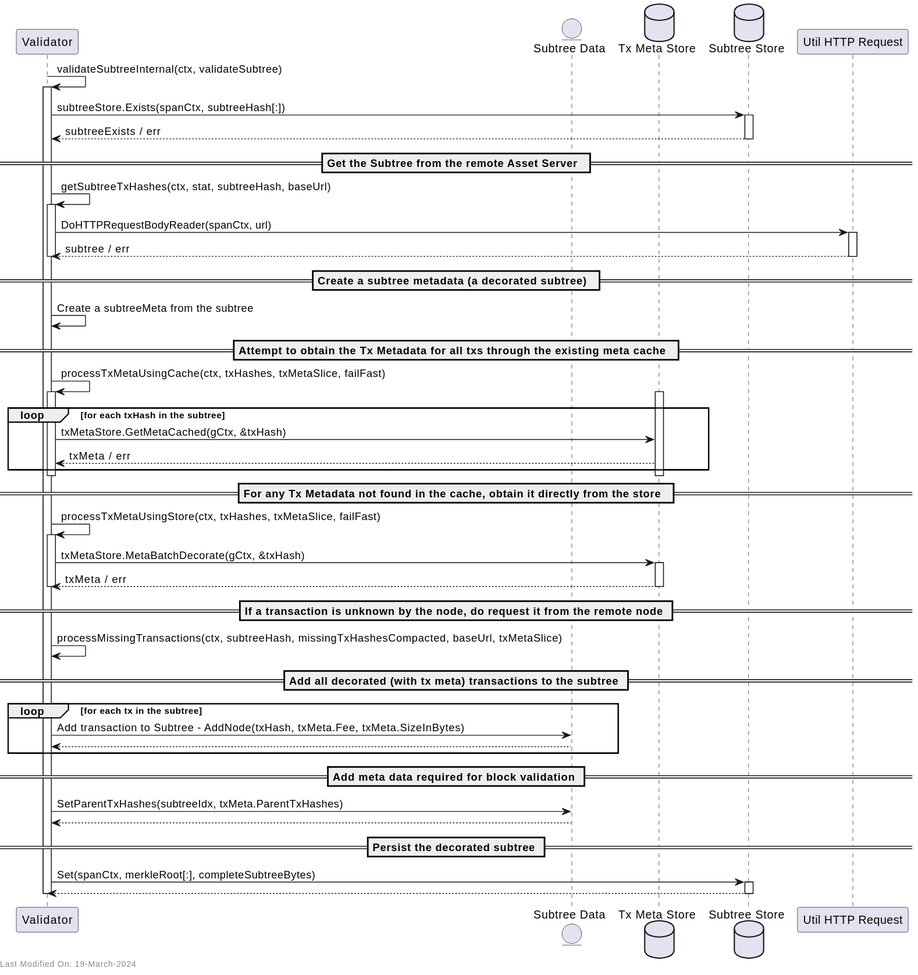
This is docs/services/img/plantuml/subtreevalidation/subtree_validation_detail.svg from freemans13/teranode, a PlantUML export, as it was before one commit. Its source is kept beside it as docs/services/img/plantuml/subtreevalidation/subtree_validation_detail.puml.
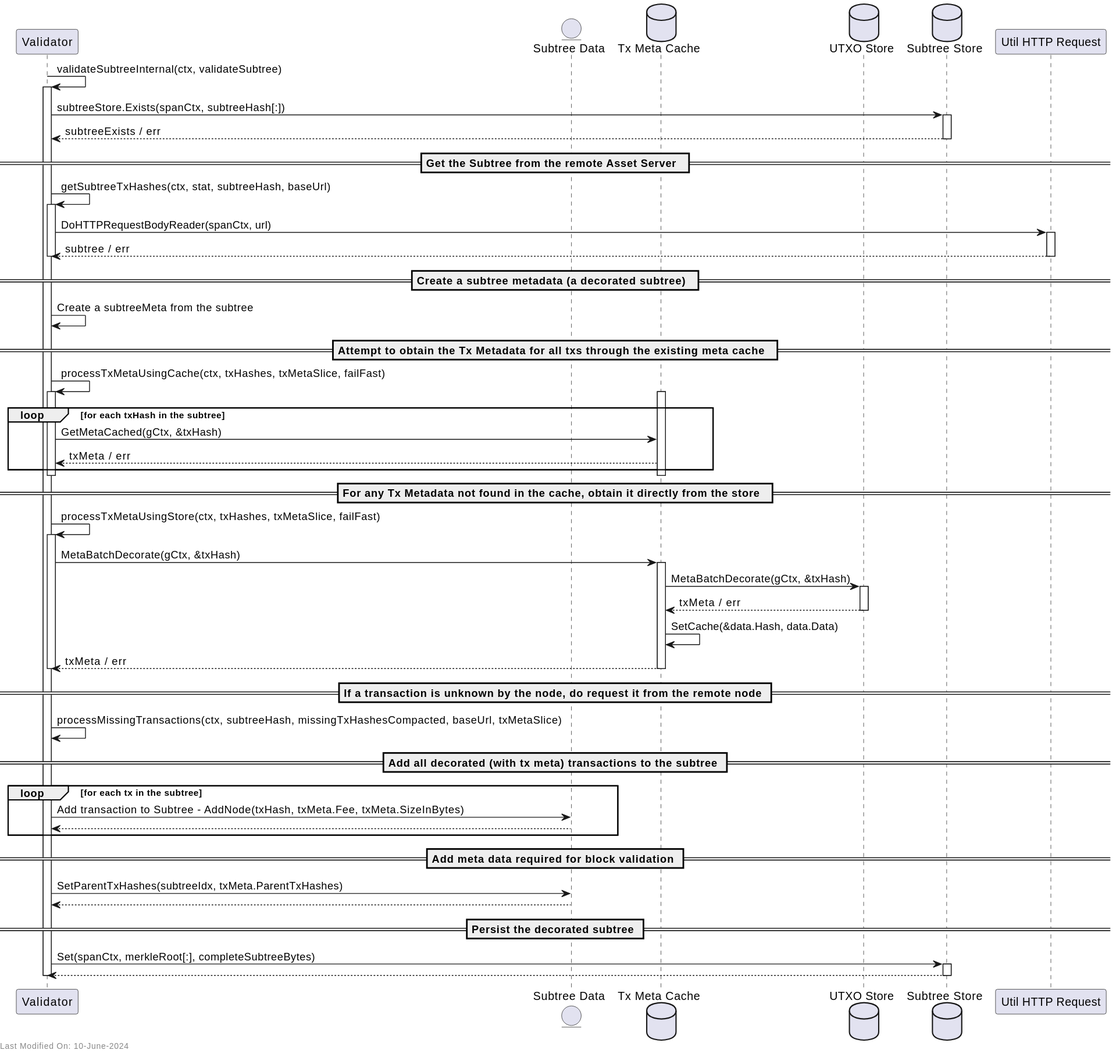
After the change.

Commit message:
Documentation - UTXO Maps - Subtree validation doc

What changed in the source:
```diff
@@ -1,7 +1,8 @@
 @startuml
 participant "Validator" as ValidateSubtree
 entity "Subtree Data" as SubtreeData
-database "Tx Meta Store" as TxMetaStore
+database "Tx Meta Cache" as TxMetaStore
+database "UTXO Store" as UTXOStore
 database "Subtree Store" as SubtreeStore
 participant "Util HTTP Request" as Util
 
@@ -38,7 +39,7 @@
 
 activate TxMetaStore
 loop for each txHash in the subtree
-   ValidateSubtree -> TxMetaStore: txMetaStore.GetMetaCached(gCtx, &txHash)
+   ValidateSubtree -> TxMetaStore: GetMetaCached(gCtx, &txHash)
     TxMetaStore --> ValidateSubtree: txMeta / err
 end
 deactivate TxMetaStore
@@ -49,8 +50,16 @@
 ValidateSubtree -> ValidateSubtree: processTxMetaUsingStore(ctx, txHashes, txMetaSlice, failFast)
 activate ValidateSubtree
 
-ValidateSubtree -> TxMetaStore: txMetaStore.MetaBatchDecorate(gCtx, &txHash)
+ValidateSubtree -> TxMetaStore: MetaBatchDecorate(gCtx, &txHash)
 activate TxMetaStore
+
+TxMetaStore -> UTXOStore: MetaBatchDecorate(gCtx, &txHash)
+activate UTXOStore
+UTXOStore --> TxMetaStore: txMeta / err
+deactivate UTXOStore
+
+TxMetaStore -> TxMetaStore: SetCache(&data.Hash, data.Data)
+
 TxMetaStore --> ValidateSubtree: txMeta / err
 deactivate TxMetaStore
 
@@ -81,6 +90,6 @@
 
 deactivate ValidateSubtree
 
-left footer Last Modified On: 19-March-2024
+left footer Last Modified On: 10-June-2024
 
 @enduml
```
